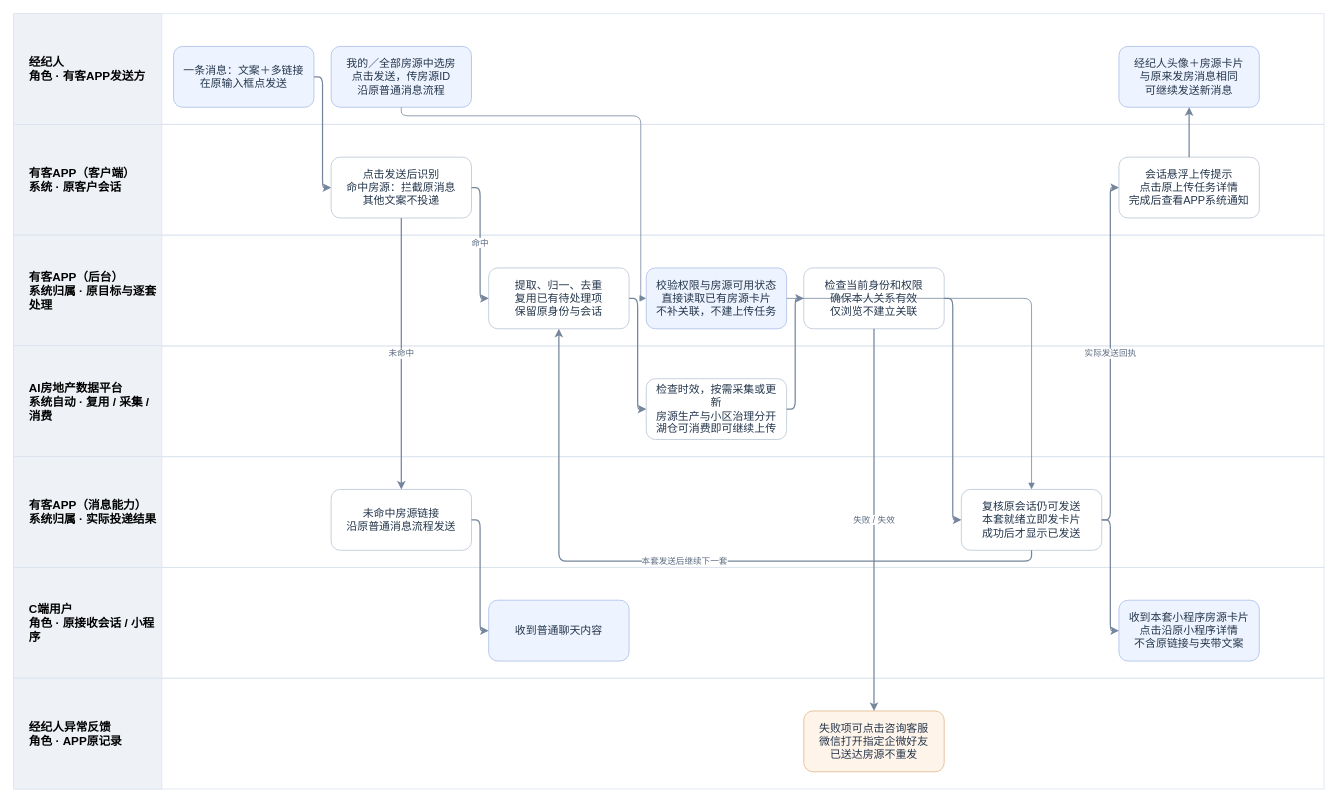
This is page "APP客户会话｜角色与系统泳道" (2 of 3) of B端发房共用资源/V3.0-B端房源上传与管理-角色与系统业务流程.drawio from JZT-AI/ai-real-estate-platform-v3-prototype, a draw.io file, before an edit. Source tidied: cells renumbered, new cells numbered last; positions are measured from the earlier drawing's top-left corner, leaving out a move shared by most shapes. Both pictures are drawn from the tidied source at 78%, with x=0, y=0 at pixel (13, 13).
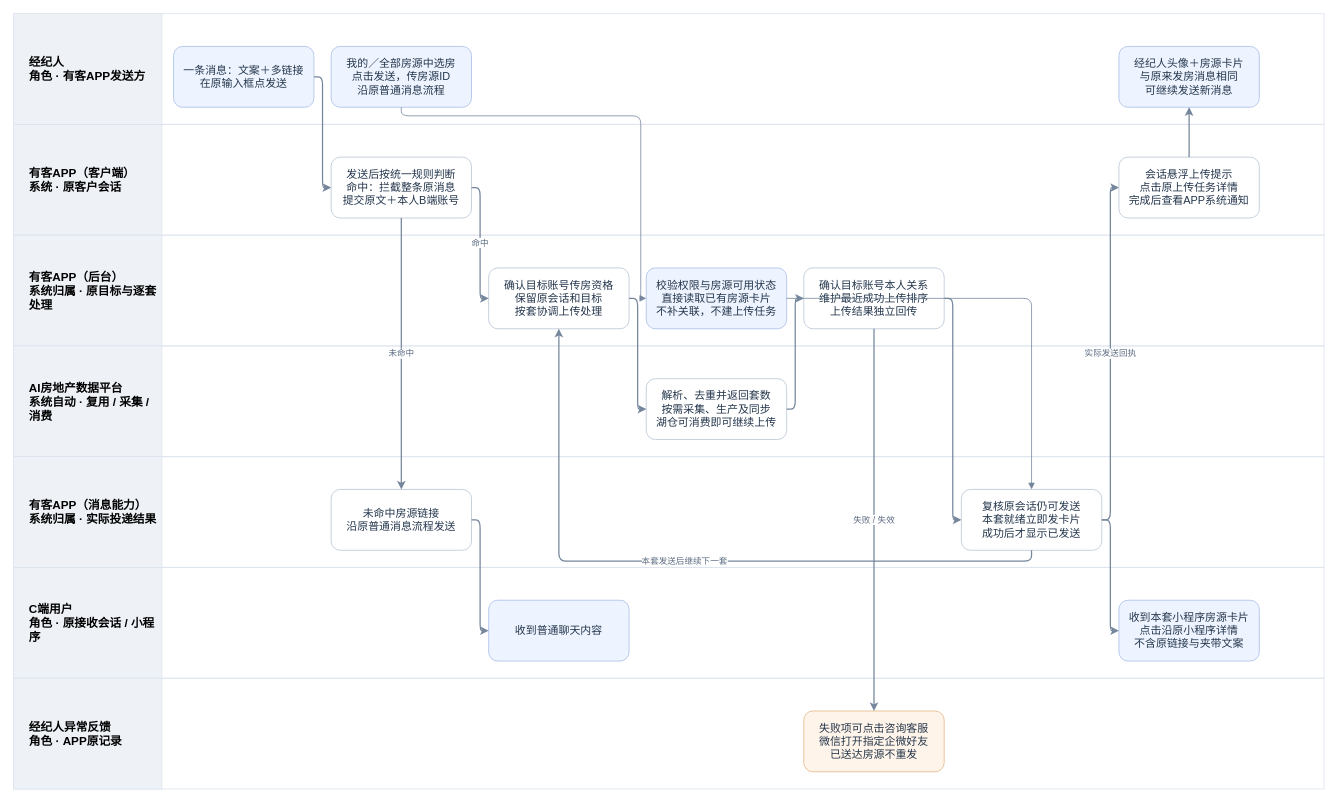
The same page after the edit.

The change refers to these unchanged cells:
```xml
<mxCell id="4" style="swimlane;horizontal=1;startSize=0;fillColor=#f8fafc;strokeColor=#dce3ed;" parent="1" vertex="1">
  <mxGeometry y="142" width="1680" height="142" as="geometry" />
</mxCell>
<mxCell id="6" style="swimlane;horizontal=1;startSize=0;fillColor=#ffffff;strokeColor=#dce3ed;" parent="1" vertex="1">
  <mxGeometry y="284" width="1680" height="142" as="geometry" />
</mxCell>
<mxCell id="8" style="swimlane;horizontal=1;startSize=0;fillColor=#f8fafc;strokeColor=#dce3ed;" parent="1" vertex="1">
  <mxGeometry y="426" width="1680" height="142" as="geometry" />
</mxCell>
```

Change to the diagram source:
```diff
@@
-    <mxCell id="17" value="点击发送后识别&lt;br&gt;命中房源：拦截原消息&lt;br&gt;其他文案不投递" style="rounded=1;whiteSpace=wrap;html=1;fillColor=#fff;strokeColor=#b7c4d5;fontColor=#24364c;fontSize=14;spacing=8;" parent="4" vertex="1">
+    <mxCell id="17" value="发送后按统一规则判断&lt;br&gt;命中：拦截整条原消息&lt;br&gt;提交原文＋本人B端账号" style="rounded=1;whiteSpace=wrap;html=1;fillColor=#fff;strokeColor=#b7c4d5;fontColor=#24364c;fontSize=14;spacing=8;" parent="4" vertex="1">
       <mxGeometry x="407" y="42" width="180" height="78" as="geometry" />
     </mxCell>
-    <mxCell id="18" value="提取、归一、去重&lt;br&gt;复用已有待处理项&lt;br&gt;保留原身份与会话" style="rounded=1;whiteSpace=wrap;html=1;fillColor=#fff;strokeColor=#b7c4d5;fontColor=#24364c;fontSize=14;spacing=8;" parent="6" vertex="1">
+    <mxCell id="18" value="确认目标账号传房资格&lt;br&gt;保留原会话和目标&lt;br&gt;按套协调上传处理" style="rounded=1;whiteSpace=wrap;html=1;fillColor=#fff;strokeColor=#b7c4d5;fontColor=#24364c;fontSize=14;spacing=8;" parent="6" vertex="1">
       <mxGeometry x="609" y="42" width="180" height="78" as="geometry" />
     </mxCell>
-    <mxCell id="19" value="检查时效，按需采集或更新&lt;br&gt;房源生产与小区治理分开&lt;br&gt;湖仓可消费即可继续上传" style="rounded=1;whiteSpace=wrap;html=1;fillColor=#fff;strokeColor=#b7c4d5;fontColor=#24364c;fontSize=14;spacing=8;" parent="8" vertex="1">
+    <mxCell id="19" value="解析、去重并返回套数&lt;br&gt;按需采集、生产及同步&lt;br&gt;湖仓可消费即可继续上传" style="rounded=1;whiteSpace=wrap;html=1;fillColor=#fff;strokeColor=#b7c4d5;fontColor=#24364c;fontSize=14;spacing=8;" parent="8" vertex="1">
       <mxGeometry x="811" y="42" width="180" height="78" as="geometry" />
     </mxCell>
-    <mxCell id="20" value="检查当前身份和权限&lt;br&gt;确保本人关系有效&lt;br&gt;仅浏览不建立关联" style="rounded=1;whiteSpace=wrap;html=1;fillColor=#fff;strokeColor=#b7c4d5;fontColor=#24364c;fontSize=14;spacing=8;" parent="6" vertex="1">
+    <mxCell id="20" value="确认目标账号本人关系&lt;br&gt;维护最近成功上传排序&lt;br&gt;上传结果独立回传" style="rounded=1;whiteSpace=wrap;html=1;fillColor=#fff;strokeColor=#b7c4d5;fontColor=#24364c;fontSize=14;spacing=8;" parent="6" vertex="1">
       <mxGeometry x="1013" y="42" width="180" height="78" as="geometry" />
     </mxCell>
```
